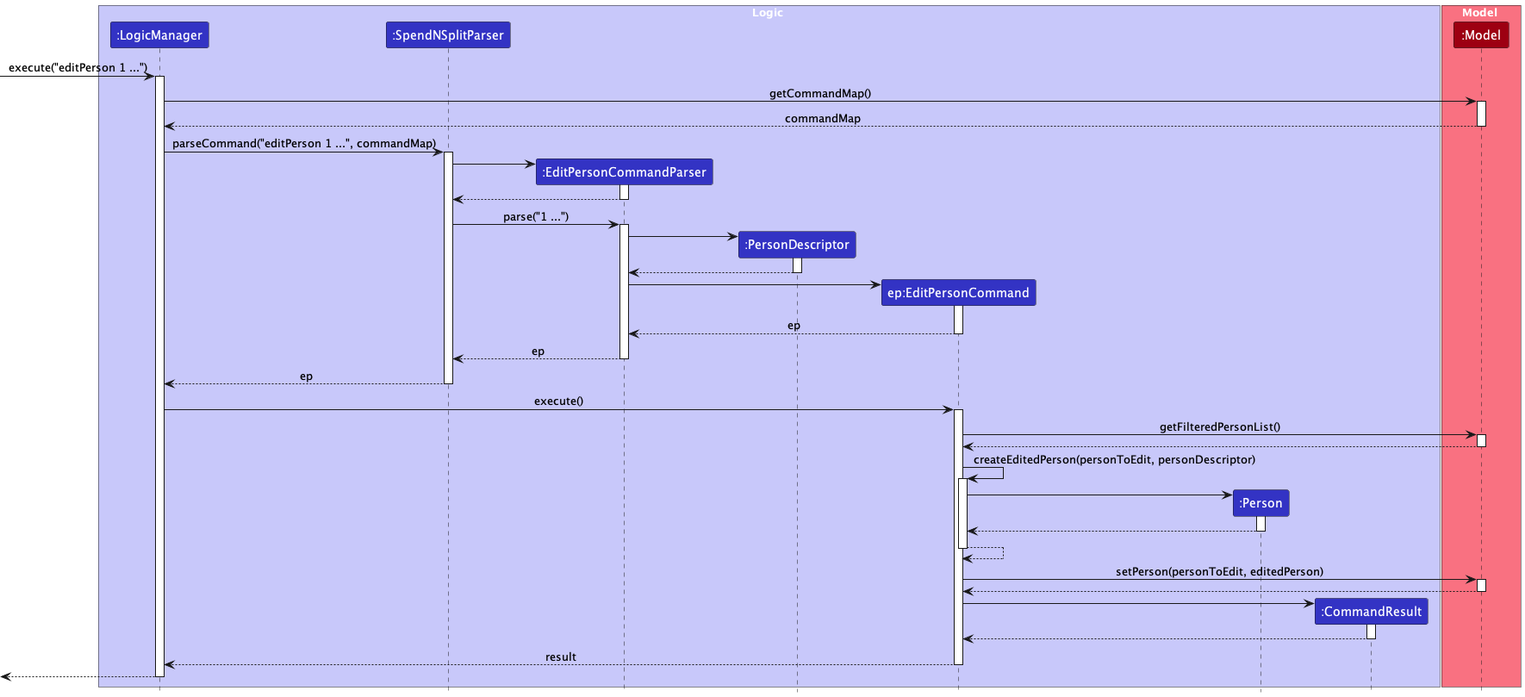
Above: docs/images/EditPersonSequenceDiagram.png in wui-hong/tp (PlantUML), before the change. Source of this version:
```plantuml
@startuml
!include style.puml
skinparam ArrowFontStyle plain

box Logic LOGIC_COLOR_T1
participant ":LogicManager" as LogicManager LOGIC_COLOR
participant ":SpendNSplitParser" as SpendNSplitParser LOGIC_COLOR
participant ":EditPersonCommandParser" as EditPersonCommandParser LOGIC_COLOR
participant ":PersonDescriptor" as PersonDescriptor LOGIC_COLOR
participant "ep:EditPersonCommand" as EditPersonCommand LOGIC_COLOR
participant ":Person" as Person LOGIC_COLOR
participant ":CommandResult" as CommandResult LOGIC_COLOR
end box

box Model MODEL_COLOR_T1
participant ":Model" as Model MODEL_COLOR
end box

[-> LogicManager : execute("editPerson 1 ...")
activate LogicManager

LogicManager -> Model : getCommandMap()
activate Model
Model --> LogicManager : commandMap
deactivate Model

LogicManager -> SpendNSplitParser : parseCommand("editPerson 1 ...", commandMap)
activate SpendNSplitParser

create EditPersonCommandParser
SpendNSplitParser -> EditPersonCommandParser
activate EditPersonCommandParser

EditPersonCommandParser --> SpendNSplitParser
deactivate EditPersonCommandParser

SpendNSplitParser -> EditPersonCommandParser : parse("1 ...")
activate EditPersonCommandParser

create PersonDescriptor
EditPersonCommandParser -> PersonDescriptor
activate PersonDescriptor

PersonDescriptor --> EditPersonCommandParser
deactivate PersonDescriptor

create EditPersonCommand
EditPersonCommandParser -> EditPersonCommand
activate EditPersonCommand

EditPersonCommand --> EditPersonCommandParser : ep
deactivate EditPersonCommand

EditPersonCommandParser --> SpendNSplitParser : ep
deactivate EditPersonCommandParser

SpendNSplitParser --> LogicManager : ep
deactivate SpendNSplitParser

LogicManager -> EditPersonCommand : execute()
activate EditPersonCommand

EditPersonCommand -> Model : getFilteredPersonList()
activate Model

Model --> EditPersonCommand
deactivate Model

EditPersonCommand -> EditPersonCommand : createEditedPerson(personToEdit, personDescriptor)
activate EditPersonCommand

create Person
EditPersonCommand -> Person
activate Person

Person --> EditPersonCommand
deactivate Person

EditPersonCommand --> EditPersonCommand
deactivate EditPersonCommand

EditPersonCommand -> Model : setPerson(personToEdit, editedPerson)
activate Model

Model --> EditPersonCommand
deactivate Model

create CommandResult
EditPersonCommand -> CommandResult
activate CommandResult

CommandResult --> EditPersonCommand
deactivate CommandResult

EditPersonCommand --> LogicManager : result
deactivate EditPersonCommand

[<--LogicManager
deactivate LogicManager
@enduml
```
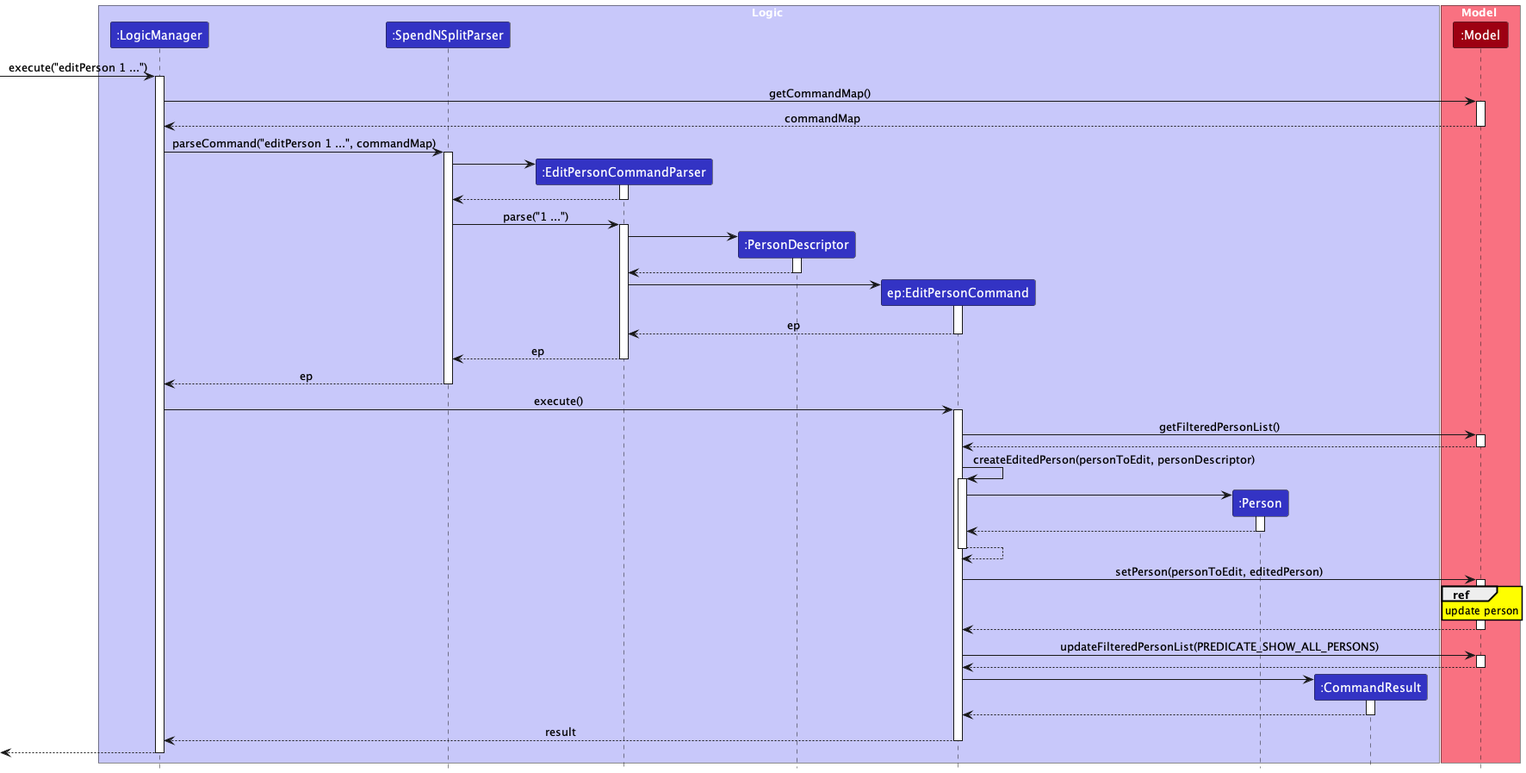
Above is the later version.

Commit message:
Enhance person-related sequence diagrams

Diff of the diagram source:
```diff
@@ -1,6 +1,7 @@
 @startuml
 !include style.puml
 skinparam ArrowFontStyle plain
+skinparam sequenceReferenceBackgroundColor yellow
 
 box Logic LOGIC_COLOR_T1
 participant ":LogicManager" as LogicManager LOGIC_COLOR
@@ -82,6 +83,13 @@
 EditPersonCommand -> Model : setPerson(personToEdit, editedPerson)
 activate Model
 
+ref over Model : update person
+Model --> EditPersonCommand
+deactivate Model
+
+EditPersonCommand -> Model : updateFilteredPersonList(PREDICATE_SHOW_ALL_PERSONS)
+activate Model
+
 Model --> EditPersonCommand
 deactivate Model
 
```
